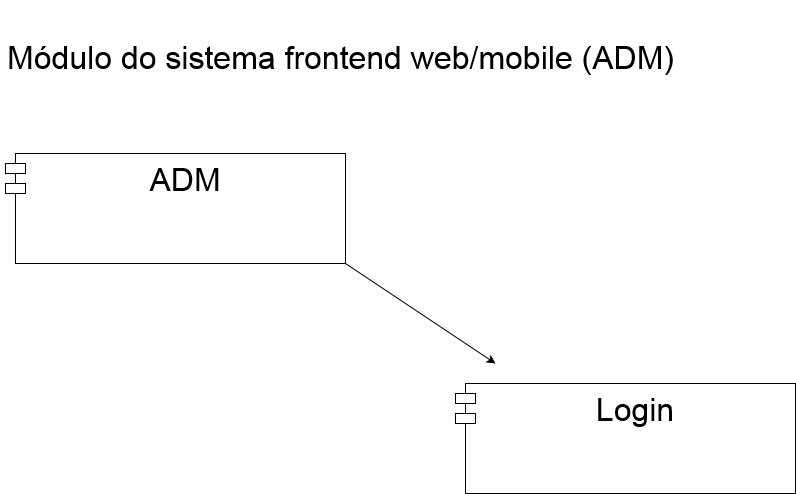
This is arquitetura e projeto/arquitetura/módulos/módulo com componentes adm/módulo frontend-adm.png from Leozin89python/store-engine-project, a draw.io export, as it was before one commit. Source tidied: cells renumbered, new cells last; positions are measured from the earlier drawing's top-left corner, leaving out a move shared by most shapes.
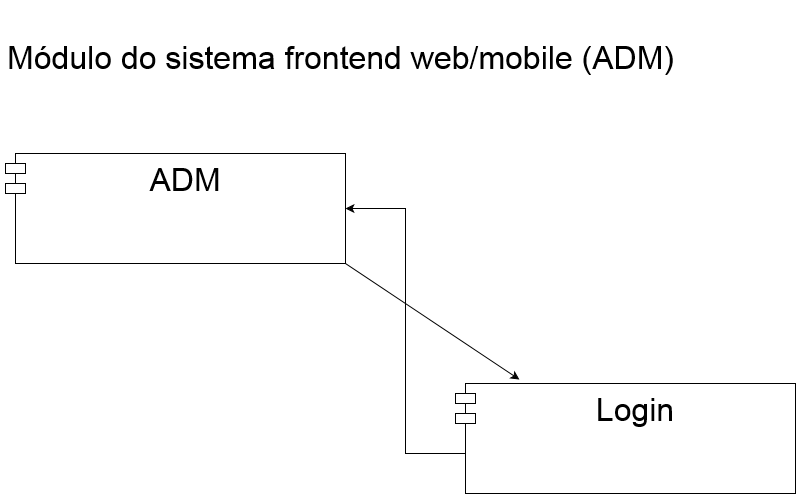
After the change.

The edit, as a diff of the source:
```diff
@@ -8,14 +8,18 @@
     <mxCell id="3" value="ADM" style="shape=module;align=center;spacingLeft=20;align=center;verticalAlign=top;fontSize=32;" parent="1" vertex="1">
       <mxGeometry x="5" y="140" width="340" height="110" as="geometry" />
     </mxCell>
-    <mxCell id="4" style="endArrow=classic;html=1;fontSize=32;" parent="1" edge="1">
+    <mxCell id="4" style="endArrow=classic;html=1;fontSize=32;entryX=0.188;entryY=-0.036;entryDx=0;entryDy=0;entryPerimeter=0;" parent="1" edge="1" target="5">
       <mxGeometry relative="1" as="geometry">
         <mxPoint x="345" y="250" as="sourcePoint" />
-        <mxPoint x="495" y="350" as="targetPoint" />
       </mxGeometry>
     </mxCell>
     <mxCell id="5" value="Login" style="shape=module;align=center;spacingLeft=20;align=center;verticalAlign=top;fontSize=32;" parent="1" vertex="1">
       <mxGeometry x="455" y="370" width="340" height="110" as="geometry" />
     </mxCell>
+    <mxCell id="6" style="edgeStyle=elbowEdgeStyle;elbow=horizontal;endArrow=classic;html=1;rounded=0;entryX=1;entryY=0.5;entryDx=0;entryDy=0;" parent="1" edge="1" target="3">
+      <mxGeometry relative="1" as="geometry">
+        <mxPoint x="465" y="440" as="sourcePoint" />
+      </mxGeometry>
+    </mxCell>
   </root>
 </mxGraphModel>
```
